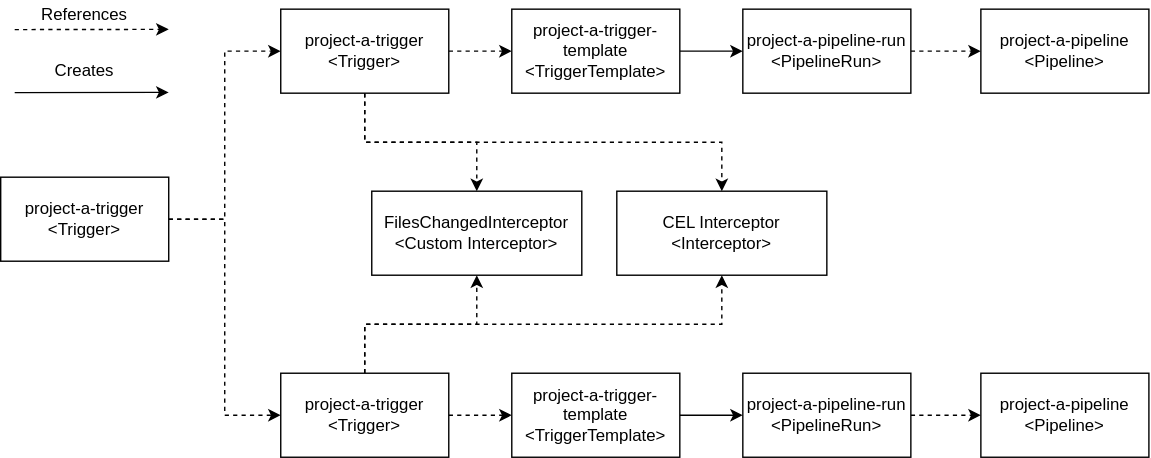
janakerman/janakerman keeps this draw.io diagram as src/pages/tekton-mono-repo/tekton-mono-components.svg. Above is the earlier version. Source tidied: cells renumbered, new cells last; positions are measured from the earlier drawing's top-left corner, leaving out a move shared by most shapes.
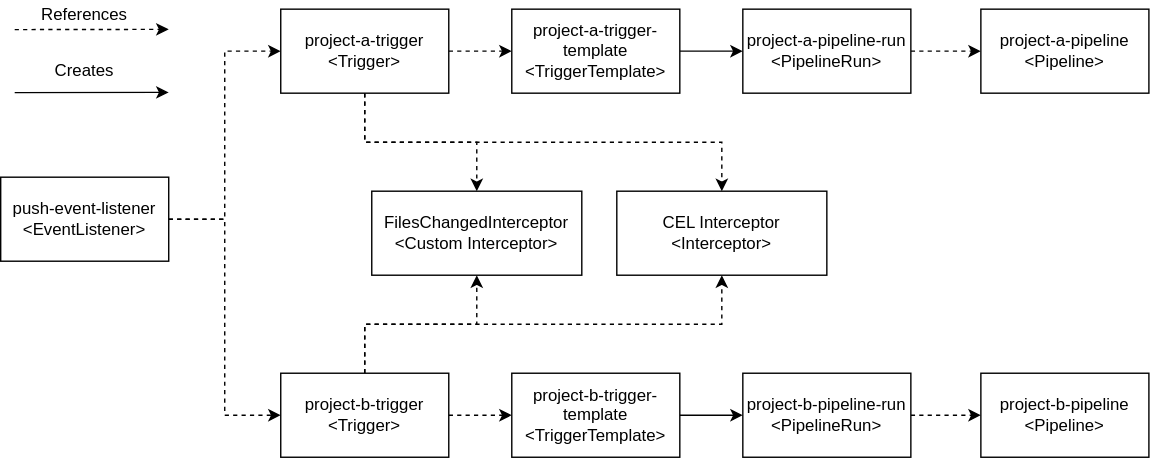
Later version of the same file.

Change to the diagram source:
```diff
@@ -45,7 +45,7 @@
     <mxCell id="12" style="edgeStyle=orthogonalEdgeStyle;rounded=0;jettySize=auto;html=1;exitX=1;exitY=0.5;exitDx=0;exitDy=0;entryX=0;entryY=0.5;entryDx=0;entryDy=0;dashed=1;" parent="1" edge="1" source="13" target="28">
       <mxGeometry relative="1" as="geometry" />
     </mxCell>
-    <mxCell id="13" value="project-a-trigger&lt;br&gt;&amp;lt;Trigger&amp;gt;" style="rounded=0;whiteSpace=wrap;html=1;align=center;" parent="1" vertex="1">
+    <mxCell id="13" value="project-b-trigger&lt;br&gt;&amp;lt;Trigger&amp;gt;" style="rounded=0;whiteSpace=wrap;html=1;align=center;" parent="1" vertex="1">
       <mxGeometry x="200" y="266" width="120" height="60" as="geometry" />
     </mxCell>
     <mxCell id="14" style="edgeStyle=orthogonalEdgeStyle;rounded=0;jettySize=auto;html=1;exitX=1;exitY=0.5;exitDx=0;exitDy=0;entryX=0;entryY=0.5;entryDx=0;entryDy=0;dashed=1;" parent="1" edge="1" source="15" target="18">
@@ -57,19 +57,19 @@
     <mxCell id="16" style="edgeStyle=orthogonalEdgeStyle;rounded=0;jettySize=auto;html=1;exitX=1;exitY=0.5;exitDx=0;exitDy=0;entryX=0;entryY=0.5;entryDx=0;entryDy=0;dashed=1;" parent="1" edge="1" source="17" target="19">
       <mxGeometry relative="1" as="geometry" />
     </mxCell>
-    <mxCell id="17" value="project-a-pipeline-run&lt;br&gt;&amp;lt;PipelineRun&amp;gt;" style="rounded=0;whiteSpace=wrap;html=1;align=center;" parent="1" vertex="1">
+    <mxCell id="17" value="project-b-pipeline-run&lt;br&gt;&amp;lt;PipelineRun&amp;gt;" style="rounded=0;whiteSpace=wrap;html=1;align=center;" parent="1" vertex="1">
       <mxGeometry x="530" y="266" width="120" height="60" as="geometry" />
     </mxCell>
     <mxCell id="18" value="project-a-pipeline&lt;br&gt;&amp;lt;Pipeline&amp;gt;" style="rounded=0;whiteSpace=wrap;html=1;align=center;" parent="1" vertex="1">
       <mxGeometry x="700" y="6" width="120" height="60" as="geometry" />
     </mxCell>
-    <mxCell id="19" value="project-a-pipeline&lt;br&gt;&amp;lt;Pipeline&amp;gt;" style="rounded=0;whiteSpace=wrap;html=1;align=center;" parent="1" vertex="1">
+    <mxCell id="19" value="project-b-pipeline&lt;br&gt;&amp;lt;Pipeline&amp;gt;" style="rounded=0;whiteSpace=wrap;html=1;align=center;" parent="1" vertex="1">
       <mxGeometry x="700" y="266" width="120" height="60" as="geometry" />
     </mxCell>
     <mxCell id="20" value="CEL Interceptor&lt;br&gt;&amp;lt;Interceptor&amp;gt;" style="rounded=0;whiteSpace=wrap;html=1;align=center;" parent="1" vertex="1">
       <mxGeometry x="440" y="136" width="150" height="60" as="geometry" />
     </mxCell>
-    <mxCell id="21" value="project-a-trigger&lt;br&gt;&amp;lt;Trigger&amp;gt;" style="rounded=0;whiteSpace=wrap;html=1;align=center;" parent="1" vertex="1">
+    <mxCell id="21" value="push-event-listener&lt;br&gt;&amp;lt;EventListener&amp;gt;" style="rounded=0;whiteSpace=wrap;html=1;align=center;" parent="1" vertex="1">
       <mxGeometry y="126" width="120" height="60" as="geometry" />
     </mxCell>
     <mxCell id="22" style="endArrow=classic;html=1;dashed=1;" parent="1" edge="1">
@@ -96,7 +96,7 @@
     <mxCell id="27" style="edgeStyle=orthogonalEdgeStyle;rounded=0;jettySize=auto;html=1;exitX=1;exitY=0.5;exitDx=0;exitDy=0;entryX=0;entryY=0.5;entryDx=0;entryDy=0;" parent="1" edge="1" source="28" target="17">
       <mxGeometry relative="1" as="geometry" />
     </mxCell>
-    <mxCell id="28" value="project-a-trigger-template&lt;br&gt;&amp;lt;TriggerTemplate&amp;gt;" style="rounded=0;whiteSpace=wrap;html=1;align=center;" parent="1" vertex="1">
+    <mxCell id="28" value="project-b-trigger-template&lt;br&gt;&amp;lt;TriggerTemplate&amp;gt;" style="rounded=0;whiteSpace=wrap;html=1;align=center;" parent="1" vertex="1">
       <mxGeometry x="365" y="266" width="120" height="60" as="geometry" />
     </mxCell>
   </root>
```
